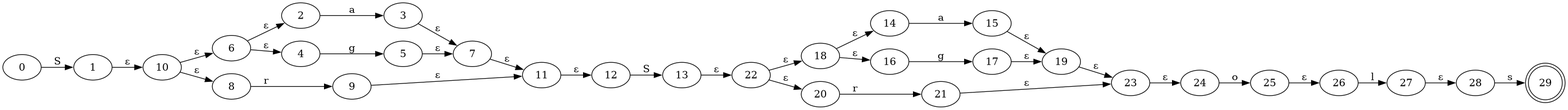
The Graphviz diagram NDFA.png in Daniel-Sima/Clone-of-the-egrep-UNIX-command, before a commit. Its source is kept beside it as NDFA.dot. Its diagram source:
```dot
digraph {
	rankdir=LR;

	29 [shape=doublecircle]

	0->1 [label= "S"];
	2->3 [label= "a"];
	4->5 [label= "g"];
	6->2 [label= "ε"];
	6->4 [label= "ε"];
	3->7 [label= "ε"];
	5->7 [label= "ε"];
	8->9 [label= "r"];
	10->6 [label= "ε"];
	10->8 [label= "ε"];
	7->11 [label= "ε"];
	9->11 [label= "ε"];
	1->10 [label= "ε"];
	12->13 [label= "S"];
	11->12 [label= "ε"];
	14->15 [label= "a"];
	16->17 [label= "g"];
	18->14 [label= "ε"];
	18->16 [label= "ε"];
	15->19 [label= "ε"];
	17->19 [label= "ε"];
	20->21 [label= "r"];
	22->18 [label= "ε"];
	22->20 [label= "ε"];
	19->23 [label= "ε"];
	21->23 [label= "ε"];
	13->22 [label= "ε"];
	24->25 [label= "o"];
	23->24 [label= "ε"];
	26->27 [label= "l"];
	25->26 [label= "ε"];
	28->29 [label= "s"];
	27->28 [label= "ε"];
}
```
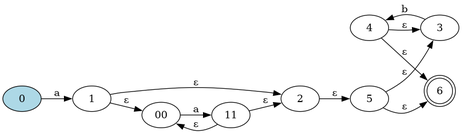
The same diagram one commit later.

What changed in the source:
```diff
@@ -1,39 +1,19 @@
 digraph {
 	rankdir=LR;
 
-	29 [shape=doublecircle]
+	6 [shape=doublecircle]
+	0[style=filled, fillcolor="lightblue"]
 
-	0->1 [label= "S"];
-	2->3 [label= "a"];
-	4->5 [label= "g"];
-	6->2 [label= "ε"];
-	6->4 [label= "ε"];
-	3->7 [label= "ε"];
-	5->7 [label= "ε"];
-	8->9 [label= "r"];
-	10->6 [label= "ε"];
-	10->8 [label= "ε"];
-	7->11 [label= "ε"];
-	9->11 [label= "ε"];
-	1->10 [label= "ε"];
-	12->13 [label= "S"];
-	11->12 [label= "ε"];
-	14->15 [label= "a"];
-	16->17 [label= "g"];
-	18->14 [label= "ε"];
-	18->16 [label= "ε"];
-	15->19 [label= "ε"];
-	17->19 [label= "ε"];
-	20->21 [label= "r"];
-	22->18 [label= "ε"];
-	22->20 [label= "ε"];
-	19->23 [label= "ε"];
-	21->23 [label= "ε"];
-	13->22 [label= "ε"];
-	24->25 [label= "o"];
-	23->24 [label= "ε"];
-	26->27 [label= "l"];
-	25->26 [label= "ε"];
-	28->29 [label= "s"];
-	27->28 [label= "ε"];
+	0->1 [label= "a"];
+	00->11 [label= "a"];
+	1->00 [label= "ε"];
+	11->00 [label= "ε"];
+	1->2 [label= "ε"];
+	11->2 [label= "ε"];
+	3->4 [label= "b"];
+	4->3 [label= "ε"];
+	5->3 [label= "ε"];
+	4->6 [label= "ε"];
+	5->6 [label= "ε"];
+	2->5 [label= "ε"];
 }
```
